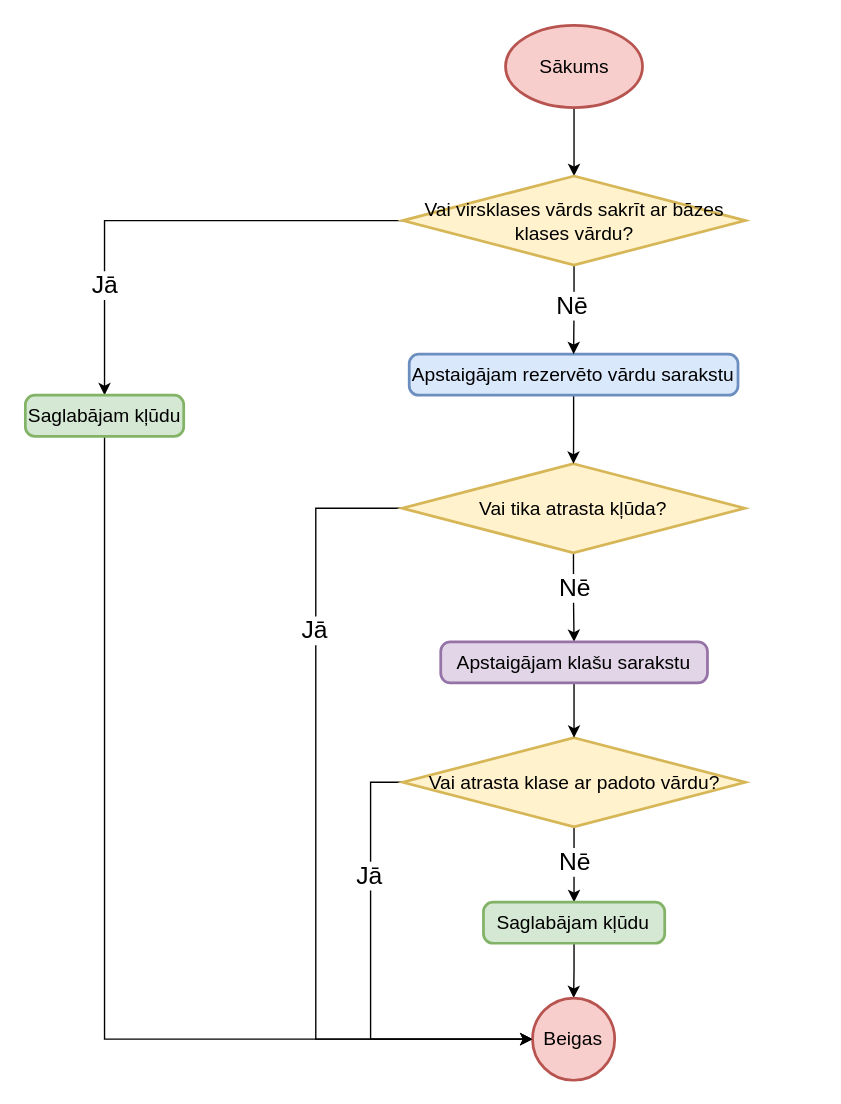
The draw.io diagram page "Virsklases vārda apstaigāšana" (4 of 4) of src/Kvalifikacijas darbs/Diagrammas/Kompilators/Klases.drawio in artiks12/webAppOS, before the edit. Source tidied: cells renumbered, new cells numbered last; positions are measured from the earlier drawing's top-left corner, leaving out a move shared by most shapes. Both pictures are drawn from the tidied source at 137%, with x=0, y=0 at pixel (25, 25).
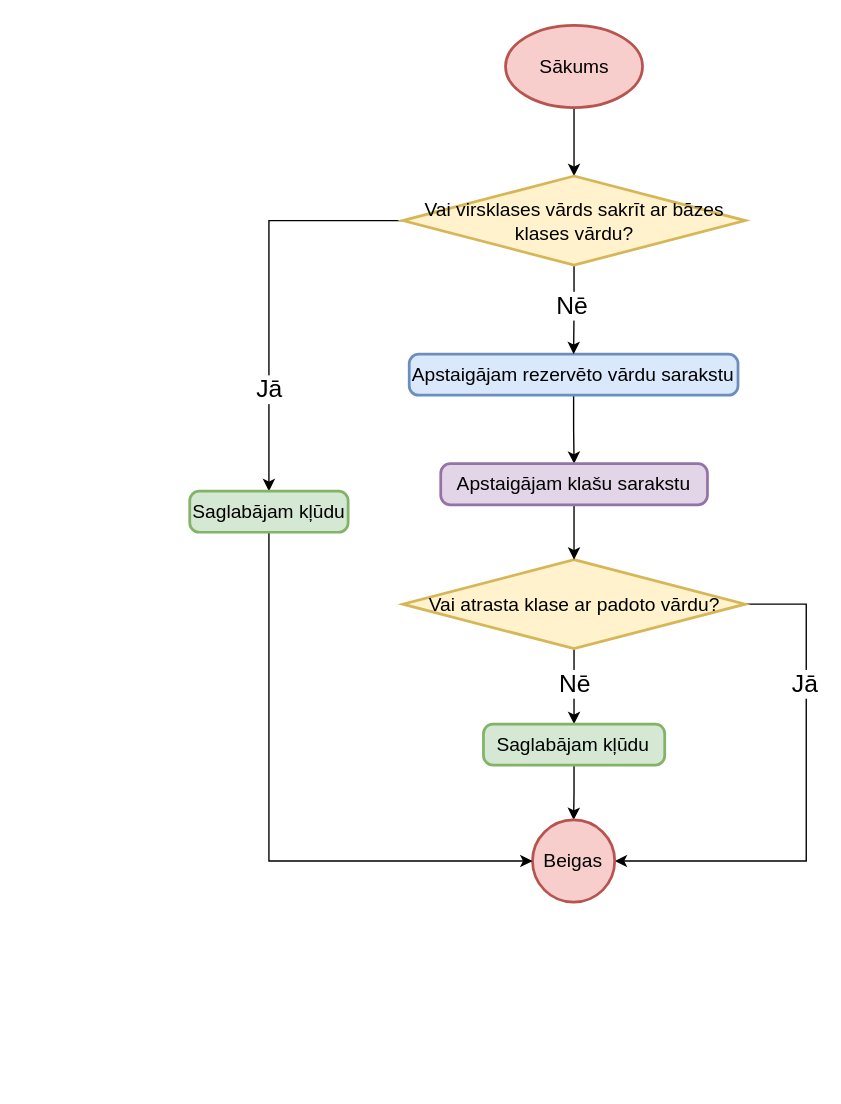
The same page after the edit.

The change refers to these unchanged cells:
```xml
<mxCell id="17" value="Apstaigājam rezervēto vārdu sarakstu" style="rounded=1;whiteSpace=wrap;html=1;absoluteArcSize=1;arcSize=14;strokeWidth=2;fontSize=14;fillColor=#dae8fc;strokeColor=#6c8ebf;" parent="1" vertex="1">
  <mxGeometry x="280.2" y="240" width="240" height="30" as="geometry" />
</mxCell>
```

The edit, as a diff of the source:
```diff
@@
-    <mxCell id="4" style="edgeStyle=orthogonalEdgeStyle;rounded=0;jettySize=auto;html=1;" parent="1" edge="1" source="7" target="19">
-      <mxGeometry relative="1" as="geometry" />
-    </mxCell>
-    <mxCell id="5" style="edgeStyle=orthogonalEdgeStyle;rounded=0;jettySize=auto;html=1;exitX=0;exitY=0.5;exitDx=0;exitDy=0;exitPerimeter=0;entryX=0;entryY=0.5;entryDx=0;entryDy=0;entryPerimeter=0;" parent="1" edge="1" source="7" target="15">
-      <mxGeometry relative="1" as="geometry">
-        <Array as="points">
-          <mxPoint x="212" y="353" />
-          <mxPoint x="212" y="740" />
-        </Array>
-      </mxGeometry>
-    </mxCell>
-    <mxCell id="6" value="&lt;font style=&quot;font-size: 18px&quot;&gt;Jā&lt;/font&gt;" style="edgeLabel;html=1;align=center;verticalAlign=middle;" parent="5" vertex="1">
-      <mxGeometry x="-0.5" y="-2" relative="1" as="geometry" />
-    </mxCell>
-    <mxCell id="7" value="Vai tika atrasta kļūda?" style="strokeWidth=2;html=1;shape=mxgraph.flowchart.decision;whiteSpace=wrap;fontSize=14;fillColor=#fff2cc;strokeColor=#d6b656;" parent="1" vertex="1">
-      <mxGeometry x="275.1" y="320" width="250" height="65" as="geometry" />
-    </mxCell>
-    <mxCell id="8" value="Nē" style="edgeLabel;html=1;align=center;verticalAlign=middle;fontSize=18;" parent="1" vertex="1">
-      <mxGeometry x="400.1" y="410" as="geometry" />
-    </mxCell>
@@
-    <mxCell id="10" style="edgeStyle=orthogonalEdgeStyle;rounded=0;jettySize=auto;html=1;entryX=0;entryY=0.5;entryDx=0;entryDy=0;entryPerimeter=0;exitX=0;exitY=0.5;exitDx=0;exitDy=0;exitPerimeter=0;" parent="1" edge="1" source="12" target="15">
+    <mxCell id="10" style="edgeStyle=orthogonalEdgeStyle;rounded=0;jettySize=auto;html=1;entryX=1;entryY=0.5;entryDx=0;entryDy=0;entryPerimeter=0;exitX=1;exitY=0.5;exitDx=0;exitDy=0;exitPerimeter=0;" parent="1" edge="1" source="12" target="15">
       <mxGeometry relative="1" as="geometry">
         <Array as="points">
-          <mxPoint x="252" y="553" />
-          <mxPoint x="252" y="740" />
+          <mxPoint x="570" y="423" />
+          <mxPoint x="570" y="610" />
         </Array>
       </mxGeometry>
     </mxCell>
@@
     <mxCell id="12" value="Vai atrasta klase ar padoto vārdu?" style="strokeWidth=2;html=1;shape=mxgraph.flowchart.decision;whiteSpace=wrap;fontSize=14;fillColor=#fff2cc;strokeColor=#d6b656;" parent="1" vertex="1">
-      <mxGeometry x="275.5" y="520" width="250" height="65" as="geometry" />
+      <mxGeometry x="275.5" y="390" width="250" height="65" as="geometry" />
     </mxCell>
@@
     <mxCell id="14" value="Saglabājam kļūdu" style="rounded=1;whiteSpace=wrap;html=1;absoluteArcSize=1;arcSize=14;strokeWidth=2;fontSize=14;fillColor=#d5e8d4;strokeColor=#82b366;" parent="1" vertex="1">
-      <mxGeometry x="334.4" y="640" width="132.3" height="30" as="geometry" />
+      <mxGeometry x="334.4" y="510" width="132.3" height="30" as="geometry" />
     </mxCell>
     <mxCell id="15" value="Beigas" style="strokeWidth=2;html=1;shape=mxgraph.flowchart.start_2;whiteSpace=wrap;fontSize=14;fillColor=#f8cecc;strokeColor=#b85450;" parent="1" vertex="1">
-      <mxGeometry x="370.2" y="710" width="60" height="60" as="geometry" />
+      <mxGeometry x="370.2" y="580" width="60" height="60" as="geometry" />
     </mxCell>
-    <mxCell id="16" style="edgeStyle=orthogonalEdgeStyle;rounded=0;jettySize=auto;html=1;entryX=0.5;entryY=0;entryDx=0;entryDy=0;entryPerimeter=0;" parent="1" edge="1" source="17" target="7">
+    <mxCell id="16" style="edgeStyle=orthogonalEdgeStyle;rounded=0;jettySize=auto;html=1;entryX=0.5;entryY=0;entryDx=0;entryDy=0;" parent="1" edge="1" source="17" target="19">
       <mxGeometry relative="1" as="geometry" />
     </mxCell>
@@
     <mxCell id="19" value="Apstaigājam klašu sarakstu" style="rounded=1;whiteSpace=wrap;html=1;absoluteArcSize=1;arcSize=14;strokeWidth=2;fontSize=14;fillColor=#e1d5e7;strokeColor=#9673a6;" parent="1" vertex="1">
-      <mxGeometry x="303.2" y="450" width="194.7" height="30" as="geometry" />
+      <mxGeometry x="303.2" y="320" width="194.7" height="30" as="geometry" />
     </mxCell>
     <mxCell id="20" value="Nē" style="edgeLabel;html=1;align=center;verticalAlign=middle;fontSize=18;" parent="1" vertex="1">
-      <mxGeometry x="400.5" y="610" as="geometry" />
+      <mxGeometry x="400.5" y="480" as="geometry" />
     </mxCell>
@@
     <mxCell id="22" style="edgeStyle=orthogonalEdgeStyle;rounded=0;jettySize=auto;html=1;entryX=0.5;entryY=0;entryDx=0;entryDy=0;" parent="1" edge="1" target="26">
       <mxGeometry relative="1" as="geometry">
         <mxPoint x="275.5" y="142.5" as="sourcePoint" />
         <Array as="points">
-          <mxPoint x="58" y="143" />
-          <mxPoint x="58" y="270" />
+          <mxPoint x="178" y="143" />
         </Array>
       </mxGeometry>
     </mxCell>
@@
     <mxCell id="25" style="edgeStyle=orthogonalEdgeStyle;rounded=0;jettySize=auto;html=1;entryX=0;entryY=0.5;entryDx=0;entryDy=0;entryPerimeter=0;" parent="1" edge="1" source="26" target="15">
       <mxGeometry relative="1" as="geometry">
         <Array as="points">
-          <mxPoint x="58" y="740" />
+          <mxPoint x="178" y="610" />
         </Array>
       </mxGeometry>
     </mxCell>
     <mxCell id="26" value="Saglabājam kļūdu" style="rounded=1;whiteSpace=wrap;html=1;absoluteArcSize=1;arcSize=14;strokeWidth=2;fontSize=14;fillColor=#d5e8d4;strokeColor=#82b366;" parent="1" vertex="1">
-      <mxGeometry y="270" width="115.6" height="30" as="geometry" />
+      <mxGeometry x="120" y="340" width="115.6" height="30" as="geometry" />
     </mxCell>
```
